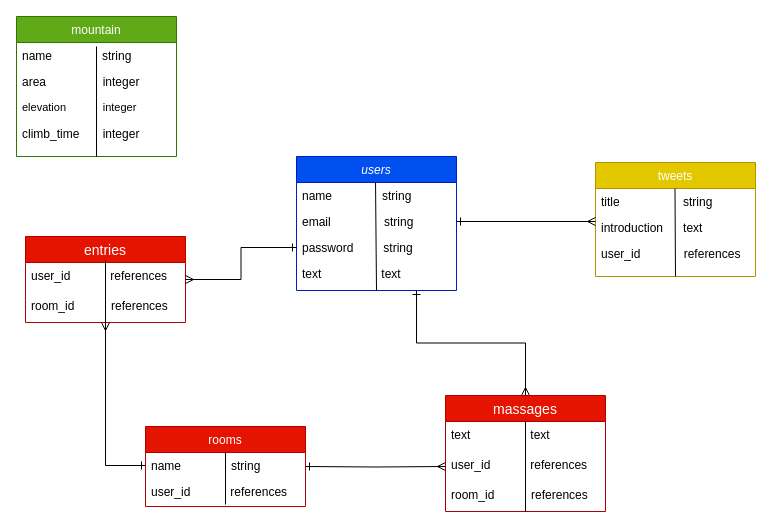
Above: MT.BEGINNER.drawio in HAYASHI0884/mt.beginner (draw.io), before the change. Source tidied: cells renumbered, new cells numbered last; positions are measured from the earlier drawing's top-left corner, leaving out a move shared by most shapes. Both pictures are drawn from the tidied source at 100%, with x=0, y=0 at pixel (16, 16).
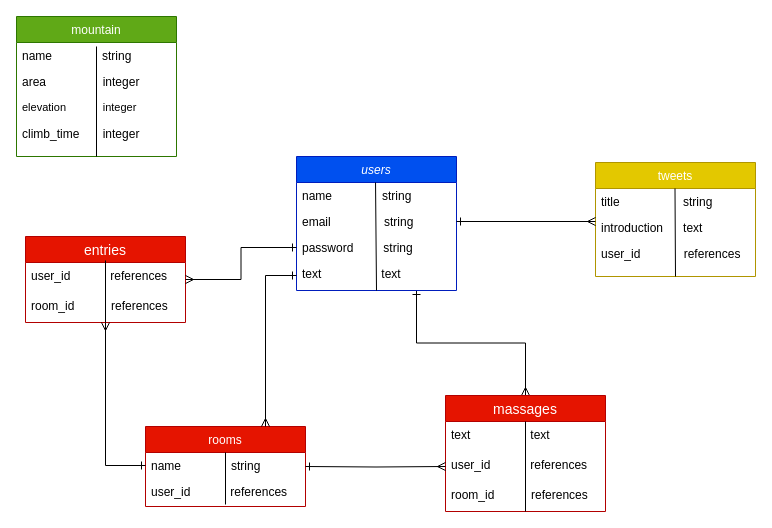
The same page after the edit.

The change refers to these unchanged cells:
```xml
<mxCell id="8" value="text                  text" style="text;strokeColor=none;fillColor=none;spacingLeft=4;spacingRight=4;overflow=hidden;points=[[0,0.5],[1,0.5]];portConstraint=eastwest;fontSize=12;" parent="3" vertex="1">
  <mxGeometry y="104" width="160" height="30" as="geometry" />
</mxCell>
<mxCell id="9" value="rooms" style="swimlane;fontStyle=0;align=center;verticalAlign=top;horizontal=1;startSize=26;rounded=0;shadow=0;strokeWidth=1;fillColor=#e51400;strokeColor=#B20000;fontColor=#ffffff;" parent="1" vertex="1">
  <mxGeometry x="129" y="410" width="160" height="80" as="geometry" />
</mxCell>
```

The edit, as a diff of the source:
```diff
@@
+    <mxCell id="37" style="edgeStyle=orthogonalEdgeStyle;rounded=0;jettySize=auto;html=1;exitX=0;exitY=0.5;exitDx=0;exitDy=0;entryX=0.75;entryY=0;entryDx=0;entryDy=0;endArrow=ERmany;endFill=0;startArrow=ERone;startFill=0;" parent="1" edge="1" source="8" target="9">
+      <mxGeometry relative="1" as="geometry" />
+    </mxCell>
```
